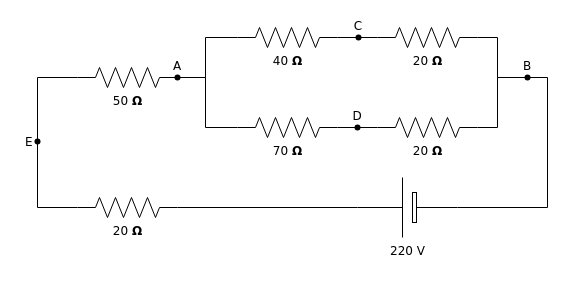
Above: Contract Representation/DLD Contract Representation Q1.drawio in Saitharun279/Draw.Io (draw.io), before the change. Source tidied: cells renumbered, new cells numbered last; positions are measured from the earlier drawing's top-left corner, leaving out a move shared by most shapes. Both pictures are drawn from the tidied source at 100%, with x=0, y=0 at pixel (17, 17).
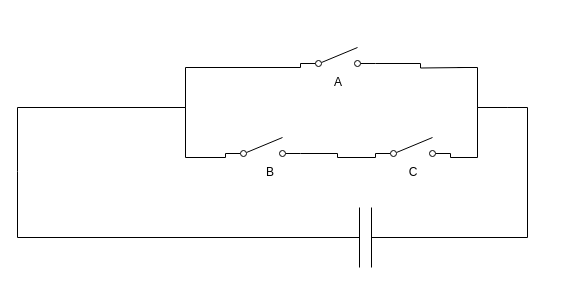
The same diagram, later.

Diff of the diagram source:
```diff
@@
-    <mxCell id="2" style="edgeStyle=orthogonalEdgeStyle;rounded=0;html=1;exitPerimeter=0;entryX=0;entryY=0.5;entryPerimeter=0;labelBackgroundColor=none;startArrow=none;startFill=0;startSize=5;endArrow=none;endFill=0;endSize=5;jettySize=auto;strokeWidth=1;fontFamily=Verdana;fontSize=12;" parent="1" edge="1" source="19" target="5">
-      <mxGeometry relative="1" as="geometry" />
+    <mxCell id="2" style="edgeStyle=orthogonalEdgeStyle;rounded=0;html=1;labelBackgroundColor=none;startArrow=none;startFill=0;startSize=5;endArrow=none;endFill=0;endSize=5;jettySize=auto;strokeWidth=1;fontFamily=Verdana;fontSize=12;exitX=1;exitY=0.8;exitDx=0;exitDy=0;" parent="1" edge="1" source="27">
+      <mxGeometry relative="1" as="geometry">
+        <mxPoint x="448" y="50" as="targetPoint" />
+      </mxGeometry>
     </mxCell>
-    <mxCell id="3" value="40&amp;nbsp;&lt;b&gt;Ω&lt;/b&gt;" style="verticalLabelPosition=bottom;shadow=0;dashed=0;align=center;html=1;verticalAlign=top;strokeWidth=1;shape=mxgraph.electrical.resistors.resistor_2;rounded=1;comic=0;labelBackgroundColor=none;fontFamily=Verdana;fontSize=12;" parent="1" vertex="1">
-      <mxGeometry x="220" y="10" width="100" height="20" as="geometry" />
-    </mxCell>
-    <mxCell id="4" style="edgeStyle=orthogonalEdgeStyle;rounded=0;html=1;exitX=1;exitY=0.5;exitPerimeter=0;labelBackgroundColor=none;startArrow=none;startFill=0;startSize=5;endArrow=none;endFill=0;endSize=5;jettySize=auto;strokeWidth=1;fontFamily=Verdana;fontSize=12;" parent="1" edge="1" source="5" target="18">
+    <mxCell id="4" style="edgeStyle=orthogonalEdgeStyle;rounded=0;html=1;exitX=1;exitY=0.5;exitPerimeter=0;labelBackgroundColor=none;startArrow=none;startFill=0;startSize=5;endArrow=none;endFill=0;endSize=5;jettySize=auto;orthogonalLoop=1;strokeWidth=1;fontFamily=Verdana;fontSize=12;" parent="1" edge="1">
       <mxGeometry relative="1" as="geometry">
+        <mxPoint x="440" y="50" as="sourcePoint" />
+        <mxPoint x="490" y="90" as="targetPoint" />
         <Array as="points">
-          <mxPoint x="480" y="20" />
-          <mxPoint x="480" y="60" />
+          <mxPoint x="460" y="50" />
+          <mxPoint x="460" y="90" />
         </Array>
       </mxGeometry>
     </mxCell>
-    <mxCell id="5" value="20&amp;nbsp;&lt;b&gt;Ω&lt;/b&gt;" style="verticalLabelPosition=bottom;shadow=0;dashed=0;align=center;html=1;verticalAlign=top;strokeWidth=1;shape=mxgraph.electrical.resistors.resistor_2;rounded=1;comic=0;labelBackgroundColor=none;fontFamily=Verdana;fontSize=12;" parent="1" vertex="1">
-      <mxGeometry x="360" y="10" width="100" height="20" as="geometry" />
-    </mxCell>
-    <mxCell id="6" style="edgeStyle=orthogonalEdgeStyle;rounded=0;html=1;exitX=1;exitY=0.5;exitPerimeter=0;labelBackgroundColor=none;startArrow=none;startFill=0;startSize=5;endArrow=none;endFill=0;endSize=5;jettySize=auto;strokeWidth=1;fontFamily=Verdana;fontSize=12;" parent="1" edge="1" source="7" target="24">
-      <mxGeometry relative="1" as="geometry" />
+    <mxCell id="6" style="edgeStyle=orthogonalEdgeStyle;rounded=0;html=1;exitX=1;exitY=0.8;labelBackgroundColor=none;startArrow=none;startFill=0;startSize=5;endArrow=none;endFill=0;endSize=5;jettySize=auto;strokeWidth=1;fontFamily=Verdana;fontSize=12;exitDx=0;exitDy=0;" parent="1" edge="1" source="26">
+      <mxGeometry relative="1" as="geometry">
+        <mxPoint x="320" y="140" as="targetPoint" />
+      </mxGeometry>
     </mxCell>
-    <mxCell id="7" value="70&amp;nbsp;&lt;b&gt;Ω&lt;/b&gt;" style="verticalLabelPosition=bottom;shadow=0;dashed=0;align=center;html=1;verticalAlign=top;strokeWidth=1;shape=mxgraph.electrical.resistors.resistor_2;rounded=1;comic=0;labelBackgroundColor=none;fontFamily=Verdana;fontSize=12;" parent="1" vertex="1">
-      <mxGeometry x="220" y="100" width="100" height="20" as="geometry" />
-    </mxCell>
-    <mxCell id="8" style="edgeStyle=orthogonalEdgeStyle;rounded=0;html=1;exitX=1;exitY=0.5;exitPerimeter=0;labelBackgroundColor=none;startArrow=none;startFill=0;startSize=5;endArrow=none;endFill=0;endSize=5;jettySize=auto;strokeWidth=1;fontFamily=Verdana;fontSize=12;" parent="1" edge="1" source="9" target="18">
+    <mxCell id="8" style="edgeStyle=orthogonalEdgeStyle;rounded=0;html=1;labelBackgroundColor=none;startArrow=none;startFill=0;startSize=5;endArrow=none;endFill=0;endSize=5;jettySize=auto;strokeWidth=1;fontFamily=Verdana;fontSize=12;exitX=1;exitY=0.8;exitDx=0;exitDy=0;" parent="1" edge="1" source="28">
       <mxGeometry relative="1" as="geometry">
+        <mxPoint x="490" y="90" as="targetPoint" />
         <Array as="points">
-          <mxPoint x="480" y="110" />
-          <mxPoint x="480" y="60" />
+          <mxPoint x="433" y="140" />
+          <mxPoint x="460" y="140" />
+          <mxPoint x="460" y="90" />
         </Array>
       </mxGeometry>
     </mxCell>
-    <mxCell id="9" value="20&amp;nbsp;&lt;b&gt;Ω&lt;/b&gt;" style="verticalLabelPosition=bottom;shadow=0;dashed=0;align=center;html=1;verticalAlign=top;strokeWidth=1;shape=mxgraph.electrical.resistors.resistor_2;rounded=1;comic=0;labelBackgroundColor=none;fontFamily=Verdana;fontSize=12;" parent="1" vertex="1">
-      <mxGeometry x="360" y="100" width="100" height="20" as="geometry" />
-    </mxCell>
-    <mxCell id="10" style="edgeStyle=orthogonalEdgeStyle;rounded=0;html=1;entryX=0;entryY=0.5;entryPerimeter=0;labelBackgroundColor=none;startArrow=none;startFill=0;startSize=5;endArrow=none;endFill=0;endSize=5;jettySize=auto;strokeWidth=1;fontFamily=Verdana;fontSize=12;" parent="1" edge="1" source="21" target="3">
+    <mxCell id="10" style="edgeStyle=orthogonalEdgeStyle;rounded=0;html=1;labelBackgroundColor=none;startArrow=none;startFill=0;startSize=5;endArrow=none;endFill=0;endSize=5;jettySize=auto;strokeWidth=1;fontFamily=Verdana;fontSize=12;entryX=0;entryY=0.8;entryDx=0;entryDy=0;" parent="1" edge="1" target="27">
       <mxGeometry relative="1" as="geometry">
+        <mxPoint x="140" y="90" as="sourcePoint" />
         <Array as="points">
-          <mxPoint x="188" y="60" />
-          <mxPoint x="188" y="20" />
+          <mxPoint x="168" y="90" />
+          <mxPoint x="168" y="50" />
+          <mxPoint x="283" y="50" />
         </Array>
       </mxGeometry>
     </mxCell>
-    <mxCell id="11" style="edgeStyle=orthogonalEdgeStyle;rounded=0;html=1;entryX=0;entryY=0.5;entryPerimeter=0;labelBackgroundColor=none;startArrow=none;startFill=0;startSize=5;endArrow=none;endFill=0;endSize=5;jettySize=auto;strokeWidth=1;fontFamily=Verdana;fontSize=12;" parent="1" edge="1" source="21" target="7">
+    <mxCell id="11" style="edgeStyle=orthogonalEdgeStyle;rounded=0;html=1;entryX=0;entryY=0.8;labelBackgroundColor=none;startArrow=none;startFill=0;startSize=5;endArrow=none;endFill=0;endSize=5;jettySize=auto;strokeWidth=1;fontFamily=Verdana;fontSize=12;entryDx=0;entryDy=0;" parent="1" edge="1" target="26">
       <mxGeometry relative="1" as="geometry">
+        <mxPoint x="38" y="90" as="sourcePoint" />
         <Array as="points">
-          <mxPoint x="188" y="60" />
-          <mxPoint x="188" y="110" />
+          <mxPoint x="168" y="90" />
+          <mxPoint x="168" y="140" />
+          <mxPoint x="208" y="140" />
         </Array>
       </mxGeometry>
     </mxCell>
-    <mxCell id="12" value="50&amp;nbsp;&lt;b&gt;Ω&lt;/b&gt;" style="verticalLabelPosition=bottom;shadow=0;dashed=0;align=center;html=1;verticalAlign=top;strokeWidth=1;shape=mxgraph.electrical.resistors.resistor_2;rounded=1;comic=0;labelBackgroundColor=none;fontFamily=Verdana;fontSize=12;" parent="1" vertex="1">
-      <mxGeometry x="60" y="50" width="100" height="20" as="geometry" />
-    </mxCell>
-    <mxCell id="13" style="edgeStyle=orthogonalEdgeStyle;rounded=0;html=1;exitX=0;exitY=0.5;exitPerimeter=0;labelBackgroundColor=none;startArrow=none;startFill=0;startSize=5;endArrow=none;endFill=0;endSize=5;jettySize=auto;strokeWidth=1;fontFamily=Verdana;fontSize=12;" parent="1" edge="1" source="14" target="22">
+    <mxCell id="13" style="edgeStyle=orthogonalEdgeStyle;rounded=0;html=1;labelBackgroundColor=none;startArrow=none;startFill=0;startSize=5;endArrow=none;endFill=0;endSize=5;jettySize=auto;orthogonalLoop=1;strokeWidth=1;fontFamily=Verdana;fontSize=12;" parent="1" edge="1">
       <mxGeometry relative="1" as="geometry">
+        <mxPoint x="148" y="220" as="sourcePoint" />
+        <mxPoint y="154" as="targetPoint" />
         <Array as="points">
-          <mxPoint x="20" y="190" />
+          <mxPoint y="220" />
         </Array>
       </mxGeometry>
     </mxCell>
-    <mxCell id="14" value="20&amp;nbsp;&lt;b&gt;Ω&lt;/b&gt;" style="verticalLabelPosition=bottom;shadow=0;dashed=0;align=center;html=1;verticalAlign=top;strokeWidth=1;shape=mxgraph.electrical.resistors.resistor_2;rounded=1;comic=0;labelBackgroundColor=none;fontFamily=Verdana;fontSize=12;" parent="1" vertex="1">
-      <mxGeometry x="60" y="180" width="100" height="20" as="geometry" />
-    </mxCell>
-    <mxCell id="15" style="edgeStyle=orthogonalEdgeStyle;rounded=0;html=1;exitX=1;exitY=0.5;exitPerimeter=0;entryX=1;entryY=0.5;entryPerimeter=0;labelBackgroundColor=none;startArrow=none;startFill=0;startSize=5;endArrow=none;endFill=0;endSize=5;jettySize=auto;strokeWidth=1;fontFamily=Verdana;fontSize=12;" parent="1" edge="1" source="17" target="14">
-      <mxGeometry relative="1" as="geometry" />
+    <mxCell id="15" style="edgeStyle=orthogonalEdgeStyle;rounded=0;html=1;entryX=1;entryY=0.5;entryPerimeter=0;labelBackgroundColor=none;startArrow=none;startFill=0;startSize=5;endArrow=none;endFill=0;endSize=5;jettySize=auto;orthogonalLoop=1;strokeWidth=1;fontFamily=Verdana;fontSize=12;" parent="1" edge="1">
+      <mxGeometry relative="1" as="geometry">
+        <mxPoint x="298" y="220" as="sourcePoint" />
+        <mxPoint x="140" y="220" as="targetPoint" />
+      </mxGeometry>
     </mxCell>
-    <mxCell id="16" style="edgeStyle=orthogonalEdgeStyle;rounded=0;html=1;exitX=0;exitY=0.5;exitPerimeter=0;labelBackgroundColor=none;startArrow=none;startFill=0;startSize=5;endArrow=none;endFill=0;endSize=5;jettySize=auto;strokeWidth=1;fontFamily=Verdana;fontSize=12;" parent="1" edge="1" source="17" target="18">
+    <mxCell id="16" style="edgeStyle=orthogonalEdgeStyle;rounded=0;html=1;labelBackgroundColor=none;startArrow=none;startFill=0;startSize=5;endArrow=none;endFill=0;endSize=5;jettySize=auto;orthogonalLoop=1;strokeWidth=1;fontFamily=Verdana;fontSize=12;" parent="1" edge="1">
       <mxGeometry relative="1" as="geometry">
+        <mxPoint x="438" y="220" as="sourcePoint" />
+        <mxPoint x="490" y="90" as="targetPoint" />
         <Array as="points">
-          <mxPoint x="530" y="190" />
-          <mxPoint x="530" y="60" />
+          <mxPoint x="403" y="220" />
+          <mxPoint x="510" y="220" />
+          <mxPoint x="510" y="90" />
         </Array>
       </mxGeometry>
     </mxCell>
-    <mxCell id="17" value="220 V" style="verticalLabelPosition=bottom;shadow=0;dashed=0;align=center;fillColor=default;html=1;verticalAlign=top;strokeWidth=1;shape=mxgraph.electrical.miscellaneous.monocell_battery;rounded=1;comic=0;labelBackgroundColor=none;fontFamily=Verdana;fontSize=12;flipH=1;" parent="1" vertex="1">
-      <mxGeometry x="340" y="160" width="100" height="60" as="geometry" />
-    </mxCell>
+    <mxCell id="23" style="edgeStyle=orthogonalEdgeStyle;rounded=0;html=1;labelBackgroundColor=none;startArrow=none;startFill=0;startSize=5;endArrow=none;endFill=0;endSize=5;jettySize=auto;orthogonalLoop=1;strokeWidth=1;fontFamily=Verdana;fontSize=12;entryX=0;entryY=0.5;entryDx=0;entryDy=0;entryPerimeter=0;" parent="1" edge="1">
+      <mxGeometry relative="1" as="geometry">
+        <mxPoint y="154" as="sourcePoint" />
+        <mxPoint x="40" y="90" as="targetPoint" />
+        <Array as="points">
+          <mxPoint y="90" />
+        </Array>
+      </mxGeometry>
+    </mxCell>
+    <mxCell id="25" style="edgeStyle=orthogonalEdgeStyle;rounded=0;html=1;labelBackgroundColor=none;startArrow=none;startFill=0;startSize=5;endArrow=none;endFill=0;endSize=5;jettySize=auto;strokeWidth=1;fontFamily=Verdana;fontSize=12;entryX=0;entryY=0.8;entryDx=0;entryDy=0;" parent="1" edge="1" target="28">
+      <mxGeometry relative="1" as="geometry">
+        <mxPoint x="320" y="140" as="sourcePoint" />
+      </mxGeometry>
+    </mxCell>
+    <mxCell id="26" style="html=1;shape=mxgraph.electrical.electro-mechanical.singleSwitch;elSwitchState=off;" parent="1" vertex="1">
+      <mxGeometry x="208" y="120" width="75" height="20" as="geometry" />
+    </mxCell>
+    <mxCell id="27" style="html=1;shape=mxgraph.electrical.electro-mechanical.singleSwitch;elSwitchState=off;" parent="1" vertex="1">
+      <mxGeometry x="283" y="30" width="75" height="20" as="geometry" />
+    </mxCell>
+    <mxCell id="28" style="html=1;shape=mxgraph.electrical.electro-mechanical.singleSwitch;elSwitchState=off;" parent="1" vertex="1">
+      <mxGeometry x="358" y="120" width="75" height="20" as="geometry" />
+    </mxCell>
+    <mxCell id="19" value="C" style="text;html=1;align=center;verticalAlign=middle;whiteSpace=wrap;rounded=0;" parent="1" vertex="1">
+      <mxGeometry x="365.5" y="140" width="60" height="30" as="geometry" />
+    </mxCell>
-    <mxCell id="18" value="B" style="shape=waypoint;sketch=0;fillStyle=solid;size=6;points=[];fillColor=none;perimeter=centerPerimeter;snapToPoint=1;verticalAlign=top;spacingBottom=0;spacingTop=-5;fontFamily=Verdana;fontSize=12;" parent="1" vertex="1">
-      <mxGeometry x="490" y="40" width="40" height="40" as="geometry" />
+    <mxCell id="18" value="B" style="text;html=1;align=center;verticalAlign=middle;whiteSpace=wrap;rounded=0;" parent="1" vertex="1">
+      <mxGeometry x="223" y="140" width="60" height="30" as="geometry" />
     </mxCell>
-    <mxCell id="19" value="C" style="shape=waypoint;sketch=0;fillStyle=solid;size=6;points=[];fillColor=none;perimeter=centerPerimeter;snapToPoint=1;verticalAlign=top;spacingBottom=0;spacingTop=-5;fontFamily=Verdana;fontSize=12;" parent="1" vertex="1">
-      <mxGeometry x="321" width="40" height="40" as="geometry" />
-    </mxCell>
-    <mxCell id="20" style="edgeStyle=orthogonalEdgeStyle;rounded=0;html=1;exitX=1;exitY=0.5;exitPerimeter=0;entryPerimeter=0;labelBackgroundColor=none;startArrow=none;startFill=0;startSize=5;endArrow=none;endFill=0;endSize=5;jettySize=auto;strokeWidth=1;fontFamily=Verdana;fontSize=12;" parent="1" edge="1" source="3" target="19">
-      <mxGeometry relative="1" as="geometry" />
-    </mxCell>
-    <mxCell id="21" value="A" style="shape=waypoint;sketch=0;fillStyle=solid;size=6;points=[];fillColor=none;perimeter=centerPerimeter;snapToPoint=1;verticalAlign=top;spacingBottom=0;spacingTop=-5;fontFamily=Verdana;fontSize=12;" parent="1" vertex="1">
-      <mxGeometry x="140" y="40" width="40" height="40" as="geometry" />
+    <mxCell id="21" value="A" style="text;html=1;align=center;verticalAlign=middle;whiteSpace=wrap;rounded=0;" parent="1" vertex="1">
+      <mxGeometry x="290.5" y="50" width="60" height="30" as="geometry" />
     </mxCell>
-    <mxCell id="22" value="E" style="shape=waypoint;sketch=0;fillStyle=solid;size=6;points=[];fillColor=none;perimeter=centerPerimeter;snapToPoint=1;verticalAlign=middle;spacingBottom=0;spacingTop=0;fontFamily=Verdana;fontSize=12;labelPosition=center;verticalLabelPosition=middle;align=left;spacingRight=0;spacingLeft=6;" parent="1" vertex="1">
-      <mxGeometry y="104" width="40" height="40" as="geometry" />
-    </mxCell>
-    <mxCell id="23" style="edgeStyle=orthogonalEdgeStyle;rounded=0;html=1;labelBackgroundColor=none;startArrow=none;startFill=0;startSize=5;endArrow=none;endFill=0;endSize=5;jettySize=auto;strokeWidth=1;fontFamily=Verdana;fontSize=12;entryX=0;entryY=0.5;entryDx=0;entryDy=0;entryPerimeter=0;" parent="1" edge="1" source="22" target="12">
-      <mxGeometry relative="1" as="geometry">
-        <Array as="points">
-          <mxPoint x="20" y="60" />
-        </Array>
-      </mxGeometry>
-    </mxCell>
-    <mxCell id="24" value="D" style="shape=waypoint;sketch=0;fillStyle=solid;size=6;points=[];fillColor=none;perimeter=centerPerimeter;snapToPoint=1;verticalAlign=top;spacingBottom=0;spacingTop=-5;fontFamily=Verdana;fontSize=12;" parent="1" vertex="1">
-      <mxGeometry x="320" y="90" width="40" height="40" as="geometry" />
-    </mxCell>
-    <mxCell id="25" style="edgeStyle=orthogonalEdgeStyle;rounded=0;html=1;labelBackgroundColor=none;startArrow=none;startFill=0;startSize=5;endArrow=none;endFill=0;endSize=5;jettySize=auto;strokeWidth=1;fontFamily=Verdana;fontSize=12;entryX=0;entryY=0.5;entryDx=0;entryDy=0;entryPerimeter=0;" parent="1" edge="1" source="24" target="9">
-      <mxGeometry relative="1" as="geometry" />
-    </mxCell>
+    <mxCell id="29" style="verticalLabelPosition=bottom;shadow=0;dashed=0;align=center;html=1;verticalAlign=top;shape=mxgraph.electrical.capacitors.capacitor_1;" parent="1" vertex="1">
+      <mxGeometry x="288" y="190" width="120" height="60" as="geometry" />
+    </mxCell>
```
